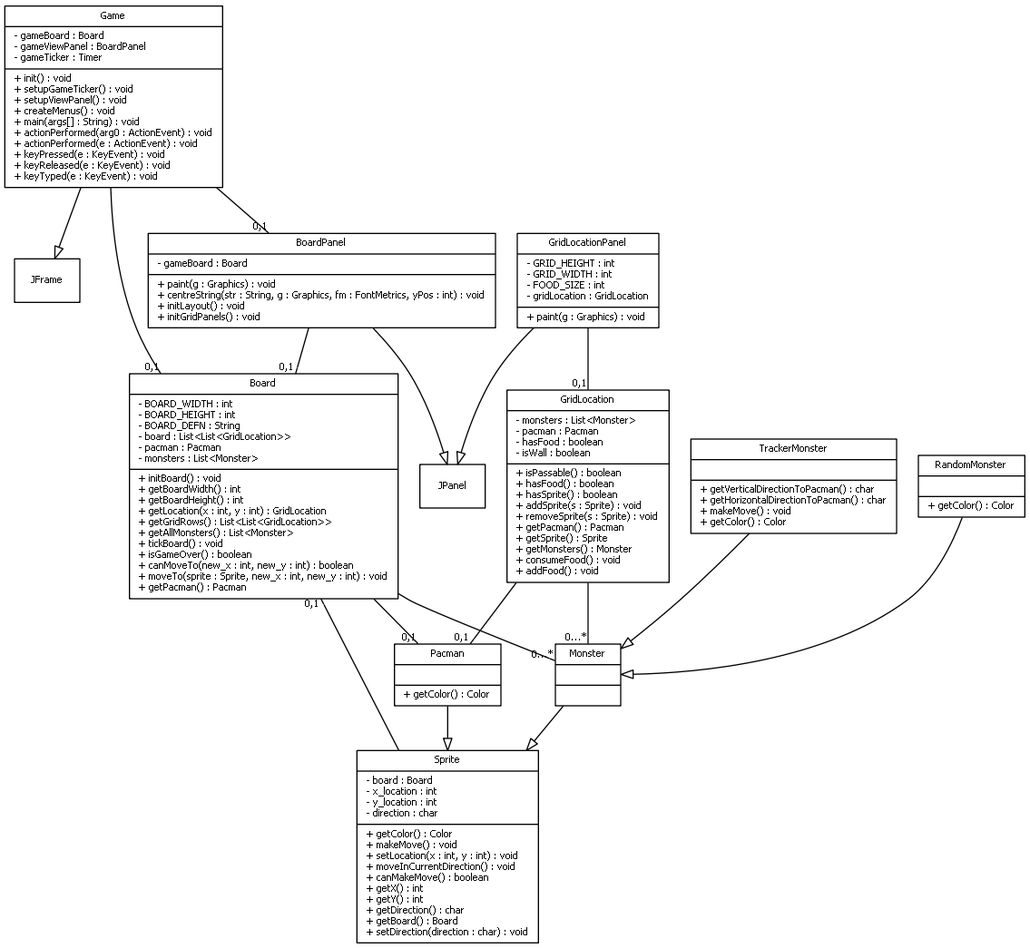
Before: CPSC410/base.png, a diagram exported from Graphviz (yangzr1818/cpsc_pimps). Its source is kept beside it as CPSC410/base.dot. Its diagram source:
```dot
digraph G {
fontname = "Bitstream Vera Sans"
fontsize = 8
node [
fontname = "Bitstream Vera Sans"
fontsize = 8
shape = "record"
]
edge [
fontname = "Bitstream Vera Sans"
fontsize = 8
]
Board[
label = "{Board|- BOARD_WIDTH : int\l- BOARD_HEIGHT : int\l- BOARD_DEFN : String\l- board : List&lt;List&lt;GridLocation&gt;&gt;\l- pacman : Pacman\l- monsters : List&lt;Monster&gt;\l|+ initBoard() : void\l+ getBoardWidth() : int\l+ getBoardHeight() : int\l+ getLocation(x : int, y : int) : GridLocation\l+ getGridRows() : List&lt;List&lt;GridLocation&gt;&gt;\l+ getAllMonsters() : List&lt;Monster&gt;\l+ tickBoard() : void\l+ isGameOver() : boolean\l+ canMoveTo(new_x : int, new_y : int) : boolean\l+ moveTo(sprite : Sprite, new_x : int, new_y : int) : void\l+ getPacman() : Pacman\l}"
]
edge[
arrowhead = "none"
headlabel = "0,1"
]
Board->Pacman
edge[
arrowhead = "none"
headlabel = "0...*"
]
Board->Monster
GridLocation[
label = "{GridLocation|- monsters : List&lt;Monster&gt;\l- pacman : Pacman\l- hasFood : boolean\l- isWall : boolean\l|+ isPassable() : boolean\l+ hasFood() : boolean\l+ hasSprite() : boolean\l+ addSprite(s : Sprite) : void\l+ removeSprite(s : Sprite) : void\l+ getPacman() : Pacman\l+ getSprite() : Sprite\l+ getMonsters() : Monster\l+ consumeFood() : void\l+ addFood() : void\l}"
]
edge[
arrowhead = "none"
headlabel = "0,1"
]
GridLocation->Pacman
edge[
arrowhead = "none"
headlabel = "0...*"
]
GridLocation->Monster
Monster[
label = "{Monster||}"
]
Sprite[
lable = "{Sprite}"
]
edge [
arrowhead = "empty"
headlabel=""
]
Monster->Sprite

Pacman[
label = "{Pacman||+ getColor() : Color\l}"
]
Sprite[
lable = "{Sprite}"
]
edge [
arrowhead = "empty"
headlabel=""
]
Pacman->Sprite

RandomMonster[
label = "{RandomMonster||+ getColor() : Color\l}"
]
Monster[
lable = "{Monster}"
]
edge [
arrowhead = "empty"
headlabel=""
]
RandomMonster->Monster

Sprite[
label = "{Sprite|- board : Board\l- x_location : int\l- y_location : int\l- direction : char\l|+ getColor() : Color\l+ makeMove() : void\l+ setLocation(x : int, y : int) : void\l+ moveInCurrentDirection() : void\l+ canMakeMove() : boolean\l+ getX() : int\l+ getY() : int\l+ getDirection() : char\l+ getBoard() : Board\l+ setDirection(direction : char) : void\l}"
]
edge[
arrowhead = "none"
headlabel = "0,1"
]
Sprite->Board
TrackerMonster[
label = "{TrackerMonster||+ getVerticalDirectionToPacman() : char\l+ getHorizontalDirectionToPacman() : char\l+ makeMove() : void\l+ getColor() : Color\l}"
]
Monster[
lable = "{Monster}"
]
edge [
arrowhead = "empty"
headlabel=""
]
TrackerMonster->Monster

BoardPanel[
label = "{BoardPanel|- gameBoard : Board\l|+ paint(g : Graphics) : void\l+ centreString(str : String, g : Graphics, fm : FontMetrics, yPos : int) : void\l+ initLayout() : void\l+ initGridPanels() : void\l}"
]
JPanel[
lable = "{JPanel}"
]
edge [
arrowhead = "empty"
headlabel=""
]
BoardPanel->JPanel

edge[
arrowhead = "none"
headlabel = "0,1"
]
BoardPanel->Board
Game[
label = "{Game|- gameBoard : Board\l- gameViewPanel : BoardPanel\l- gameTicker : Timer\l|+ init() : void\l+ setupGameTicker() : void\l+ setupViewPanel() : void\l+ createMenus() : void\l+ main(args[] : String) : void\l+ actionPerformed(arg0 : ActionEvent) : void\l+ actionPerformed(e : ActionEvent) : void\l+ keyPressed(e : KeyEvent) : void\l+ keyReleased(e : KeyEvent) : void\l+ keyTyped(e : KeyEvent) : void\l}"
]
JFrame[
lable = "{JFrame}"
]
edge [
arrowhead = "empty"
headlabel=""
]
Game->JFrame

edge[
arrowhead = "none"
headlabel = "0,1"
]
Game->Board
edge[
arrowhead = "none"
headlabel = "0,1"
]
Game->BoardPanel
GridLocationPanel[
label = "{GridLocationPanel|- GRID_HEIGHT : int\l- GRID_WIDTH : int\l- FOOD_SIZE : int\l- gridLocation : GridLocation\l|+ paint(g : Graphics) : void\l}"
]
JPanel[
lable = "{JPanel}"
]
edge [
arrowhead = "empty"
headlabel=""
]
GridLocationPanel->JPanel

edge[
arrowhead = "none"
headlabel = "0,1"
]
GridLocationPanel->GridLocation
}
```
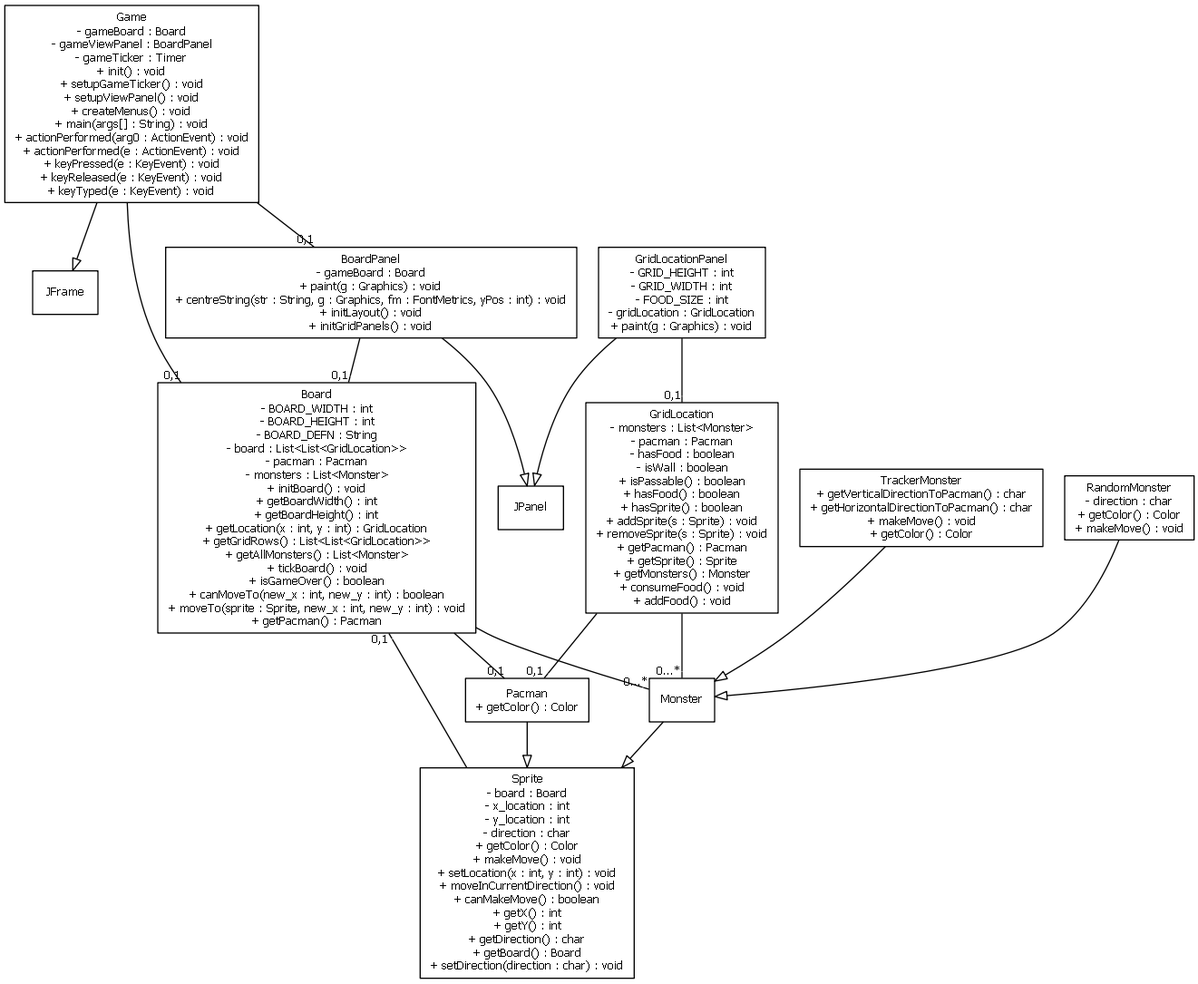
Later version of the same file.

Change to the diagram source:
```diff
@@ -1,151 +1,13 @@
 digraph G {
 fontname = "Bitstream Vera Sans"
-fontsize = 8
+fontsize = 10
 node [
 fontname = "Bitstream Vera Sans"
-fontsize = 8
+fontsize = 10
 shape = "record"
 ]
 edge [
 fontname = "Bitstream Vera Sans"
-fontsize = 8
+fontsize = 10
 ]
-Board[
-label = "{Board|- BOARD_WIDTH : int\l- BOARD_HEIGHT : int\l- BOARD_DEFN : String\l- board : List&lt;List&lt;GridLocation&gt;&gt;\l- pacman : Pacman\l- monsters : List&lt;Monster&gt;\l|+ initBoard() : void\l+ getBoardWidth() : int\l+ getBoardHeight() : int\l+ getLocation(x : int, y : int) : GridLocation\l+ getGridRows() : List&lt;List&lt;GridLocation&gt;&gt;\l+ getAllMonsters() : List&lt;Monster&gt;\l+ tickBoard() : void\l+ isGameOver() : boolean\l+ canMoveTo(new_x : int, new_y : int) : boolean\l+ moveTo(sprite : Sprite, new_x : int, new_y : int) : void\l+ getPacman() : Pacman\l}"
-]
-edge[
-arrowhead = "none"
-headlabel = "0,1"
-]
-Board->Pacman
-edge[
-arrowhead = "none"
-headlabel = "0...*"
-]
-Board->Monster
-GridLocation[
-label = "{GridLocation|- monsters : List&lt;Monster&gt;\l- pacman : Pacman\l- hasFood : boolean\l- isWall : boolean\l|+ isPassable() : boolean\l+ hasFood() : boolean\l+ hasSprite() : boolean\l+ addSprite(s : Sprite) : void\l+ removeSprite(s : Sprite) : void\l+ getPacman() : Pacman\l+ getSprite() : Sprite\l+ getMonsters() : Monster\l+ consumeFood() : void\l+ addFood() : void\l}"
-]
-edge[
-arrowhead = "none"
-headlabel = "0,1"
-]
-GridLocation->Pacman
-edge[
-arrowhead = "none"
-headlabel = "0...*"
-]
-GridLocation->Monster
-Monster[
-label = "{Monster||}"
-]
-Sprite[
-lable = "{Sprite}"
-]
-edge [
-arrowhead = "empty"
-headlabel=""
-]
-Monster->Sprite
-
-Pacman[
-label = "{Pacman||+ getColor() : Color\l}"
-]
-Sprite[
-lable = "{Sprite}"
-]
-edge [
-arrowhead = "empty"
-headlabel=""
-]
-Pacman->Sprite
-
-RandomMonster[
-label = "{RandomMonster||+ getColor() : Color\l}"
-]
-Monster[
-lable = "{Monster}"
-]
-edge [
-arrowhead = "empty"
-headlabel=""
-]
-RandomMonster->Monster
-
-Sprite[
-label = "{Sprite|- board : Board\l- x_location : int\l- y_location : int\l- direction : char\l|+ getColor() : Color\l+ makeMove() : void\l+ setLocation(x : int, y : int) : void\l+ moveInCurrentDirection() : void\l+ canMakeMove() : boolean\l+ getX() : int\l+ getY() : int\l+ getDirection() : char\l+ getBoard() : Board\l+ setDirection(direction : char) : void\l}"
-]
-edge[
-arrowhead = "none"
-headlabel = "0,1"
-]
-Sprite->Board
-TrackerMonster[
-label = "{TrackerMonster||+ getVerticalDirectionToPacman() : char\l+ getHorizontalDirectionToPacman() : char\l+ makeMove() : void\l+ getColor() : Color\l}"
-]
-Monster[
-lable = "{Monster}"
-]
-edge [
-arrowhead = "empty"
-headlabel=""
-]
-TrackerMonster->Monster
-
-BoardPanel[
-label = "{BoardPanel|- gameBoard : Board\l|+ paint(g : Graphics) : void\l+ centreString(str : String, g : Graphics, fm : FontMetrics, yPos : int) : void\l+ initLayout() : void\l+ initGridPanels() : void\l}"
-]
-JPanel[
-lable = "{JPanel}"
-]
-edge [
-arrowhead = "empty"
-headlabel=""
-]
-BoardPanel->JPanel
-
-edge[
-arrowhead = "none"
-headlabel = "0,1"
-]
-BoardPanel->Board
-Game[
-label = "{Game|- gameBoard : Board\l- gameViewPanel : BoardPanel\l- gameTicker : Timer\l|+ init() : void\l+ setupGameTicker() : void\l+ setupViewPanel() : void\l+ createMenus() : void\l+ main(args[] : String) : void\l+ actionPerformed(arg0 : ActionEvent) : void\l+ actionPerformed(e : ActionEvent) : void\l+ keyPressed(e : KeyEvent) : void\l+ keyReleased(e : KeyEvent) : void\l+ keyTyped(e : KeyEvent) : void\l}"
-]
-JFrame[
-lable = "{JFrame}"
-]
-edge [
-arrowhead = "empty"
-headlabel=""
-]
-Game->JFrame
-
-edge[
-arrowhead = "none"
-headlabel = "0,1"
-]
-Game->Board
-edge[
-arrowhead = "none"
-headlabel = "0,1"
-]
-Game->BoardPanel
-GridLocationPanel[
-label = "{GridLocationPanel|- GRID_HEIGHT : int\l- GRID_WIDTH : int\l- FOOD_SIZE : int\l- gridLocation : GridLocation\l|+ paint(g : Graphics) : void\l}"
-]
-JPanel[
-lable = "{JPanel}"
-]
-edge [
-arrowhead = "empty"
-headlabel=""
-]
-GridLocationPanel->JPanel
-
-edge[
-arrowhead = "none"
-headlabel = "0,1"
-]
-GridLocationPanel->GridLocation
 }
```
